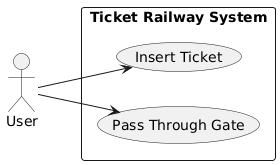
This is model/usecase001/plantuml_en-fs8.png from KuramitsuLab/ModelVistaPlus, a PlantUML export, as it was before one commit. The source it was exported from:
```plantuml
@startuml
left to right direction
actor User as user
rectangle "Ticket Railway System" {
  usecase "Pass Through Gate" as UC2
  usecase "Insert Ticket" as UC1
}
user --> UC1
user --> UC2
@enduml
```
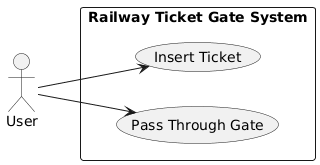
Later version of the same file.

Change to the diagram source:
```diff
@@ -1,7 +1,7 @@
 @startuml
 left to right direction
 actor User as user
-rectangle "Ticket Railway System" {
+rectangle "Railway Ticket Gate System" {
   usecase "Pass Through Gate" as UC2
   usecase "Insert Ticket" as UC1
 }
```
